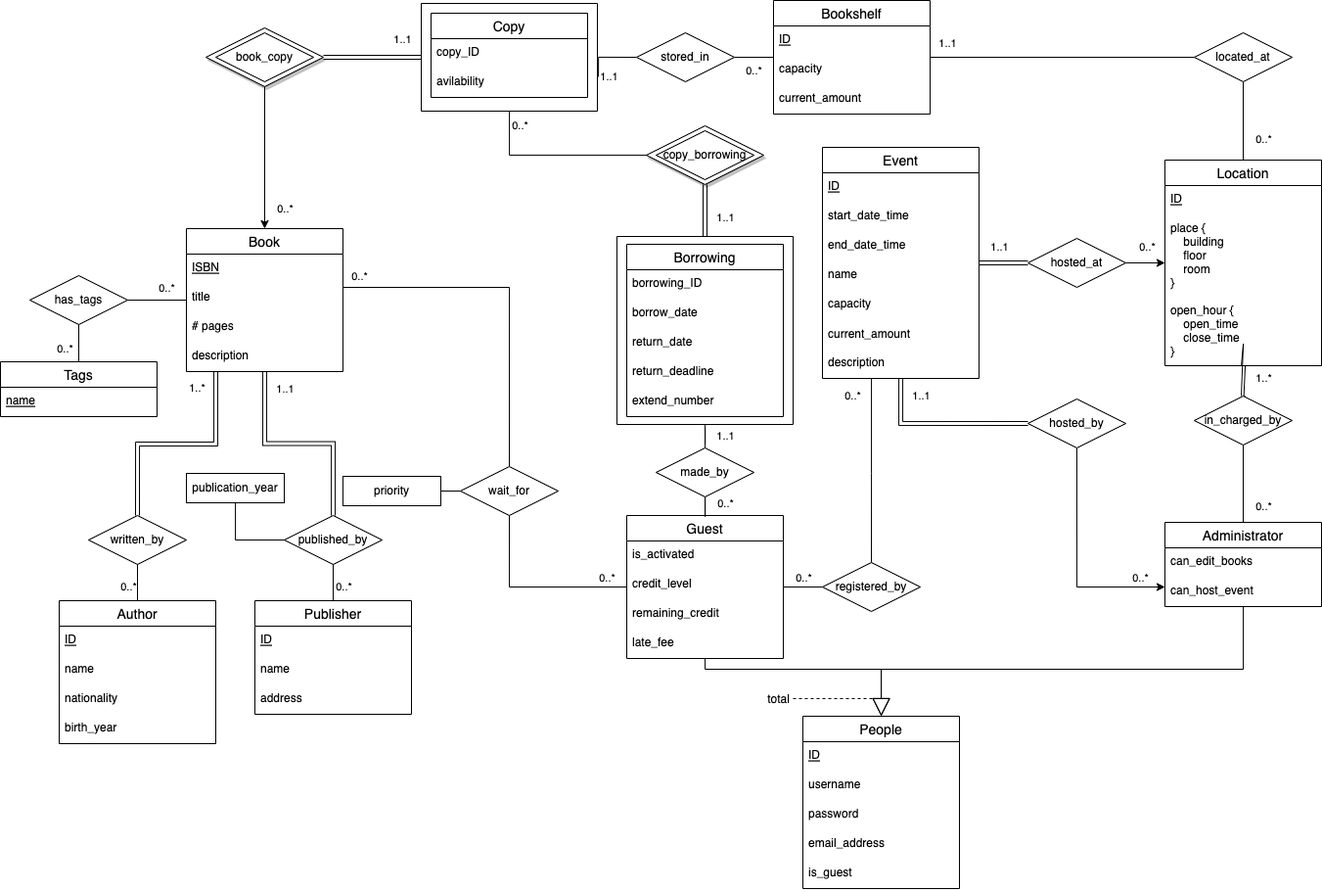
The draw.io diagram schema/er_diagram/ER_diagram_draft.png in Kassaking7/eLibraryManagementSystem, before a commit. Source tidied: cells renumbered, new cells last; positions are measured from the earlier drawing's top-left corner, leaving out a move shared by most shapes.
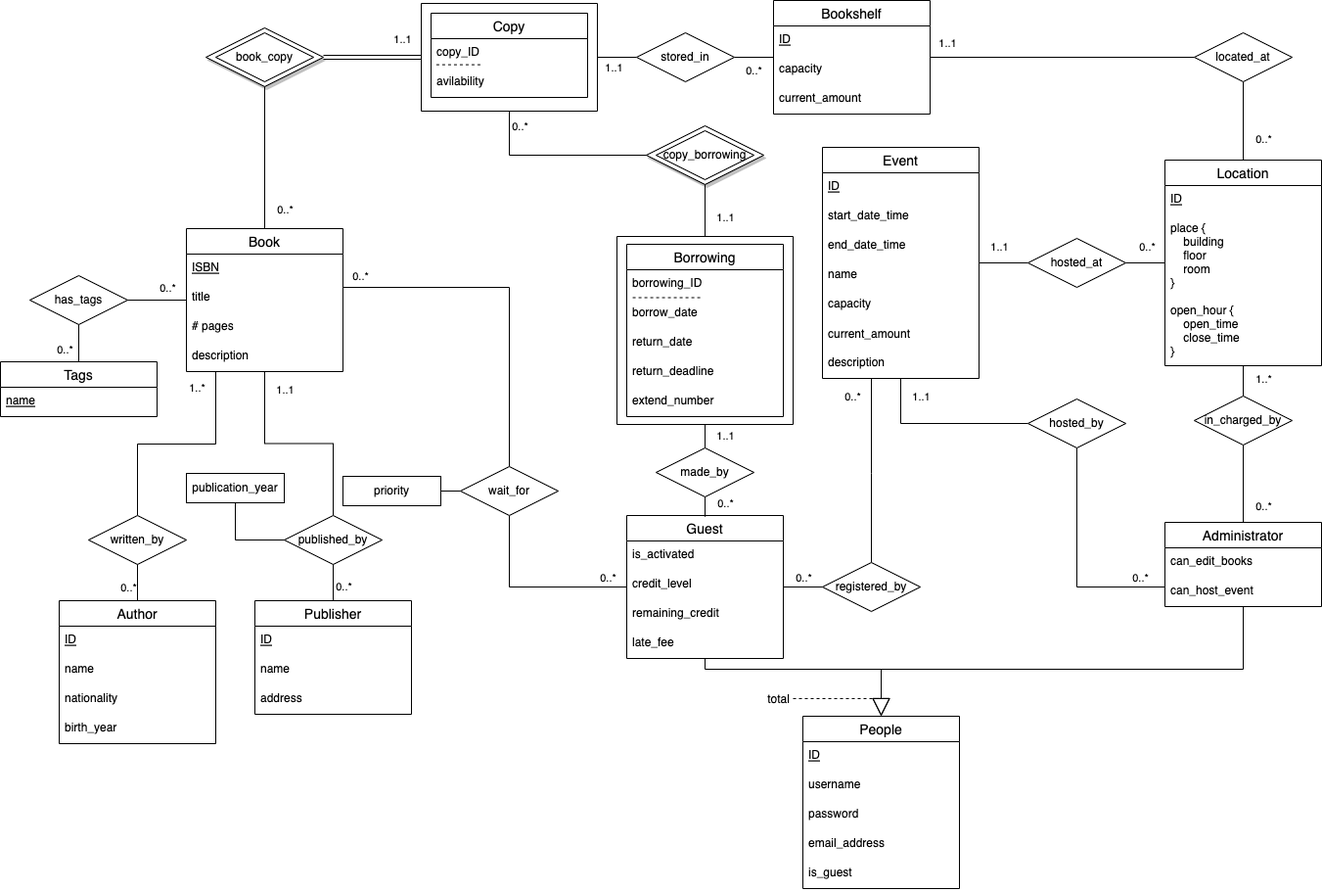
After the commit.

Diff of the diagram source:
```diff
@@ -47,12 +47,8 @@
     <mxCell id="16" value="open_hour {&#10;    open_time&#10;    close_time&#10;}" style="text;strokeColor=none;fillColor=none;spacingLeft=4;spacingRight=4;overflow=hidden;fontSize=12;fontStyle=0;" parent="13" vertex="1">
       <mxGeometry y="140" width="160" height="70" as="geometry" />
     </mxCell>
-    <mxCell id="17" style="edgeStyle=orthogonalEdgeStyle;rounded=0;jettySize=auto;html=1;exitX=0;exitY=0.5;exitDx=0;exitDy=0;entryX=1.006;entryY=0.681;entryDx=0;entryDy=0;entryPerimeter=0;startArrow=none;startFill=0;endArrow=none;endFill=0;" parent="1" edge="1" source="21" target="132">
-      <mxGeometry relative="1" as="geometry">
-        <Array as="points">
-          <mxPoint x="611" y="58" />
-        </Array>
-      </mxGeometry>
+    <mxCell id="17" style="edgeStyle=orthogonalEdgeStyle;rounded=0;jettySize=auto;html=1;exitX=0;exitY=0.5;exitDx=0;exitDy=0;startArrow=none;startFill=0;endArrow=none;endFill=0;" parent="1" edge="1" source="21" target="132">
+      <mxGeometry relative="1" as="geometry" />
     </mxCell>
     <mxCell id="18" value="1..1" style="edgeLabel;html=1;align=center;verticalAlign=middle;" parent="17" vertex="1">
       <mxGeometry x="0.67" y="1" relative="1" as="geometry">
@@ -116,7 +112,7 @@
     <mxCell id="35" value="address" style="text;strokeColor=none;fillColor=none;spacingLeft=4;spacingRight=4;overflow=hidden;fontSize=12;" parent="32" vertex="1">
       <mxGeometry y="86" width="160" height="30" as="geometry" />
     </mxCell>
-    <mxCell id="36" style="edgeStyle=orthogonalEdgeStyle;rounded=0;jettySize=auto;html=1;exitX=0.5;exitY=0;exitDx=0;exitDy=0;shape=link;" parent="1" edge="1" source="38" target="4">
+    <mxCell id="36" style="edgeStyle=orthogonalEdgeStyle;rounded=0;jettySize=auto;html=1;exitX=0.5;exitY=0;exitDx=0;exitDy=0;endArrow=none;endFill=0;" parent="1" edge="1" source="38" target="4">
       <mxGeometry relative="1" as="geometry">
         <Array as="points">
           <mxPoint x="140" y="453" />
@@ -132,7 +128,7 @@
     <mxCell id="38" value="written_by" style="rhombus;whiteSpace=wrap;html=1;" parent="1" vertex="1">
       <mxGeometry x="90" y="526" width="100" height="50" as="geometry" />
     </mxCell>
-    <mxCell id="39" style="edgeStyle=orthogonalEdgeStyle;rounded=0;jettySize=auto;html=1;shape=link;" parent="1" edge="1" source="41" target="4">
+    <mxCell id="39" style="edgeStyle=orthogonalEdgeStyle;rounded=0;jettySize=auto;html=1;endArrow=none;endFill=0;" parent="1" edge="1" source="41" target="4">
       <mxGeometry relative="1" as="geometry" />
     </mxCell>
     <mxCell id="40" value="1..1" style="edgeLabel;html=1;align=center;verticalAlign=middle;" parent="39" vertex="1">
@@ -235,6 +231,9 @@
     <mxCell id="67" value="extend_number" style="text;strokeColor=none;fillColor=none;spacingLeft=4;spacingRight=4;overflow=hidden;fontSize=12;" parent="62" vertex="1">
       <mxGeometry y="146" width="160" height="30" as="geometry" />
     </mxCell>
+    <mxCell id="134" style="endArrow=none;dashed=1;html=1;exitX=0.038;exitY=0.95;exitDx=0;exitDy=0;exitPerimeter=0;entryX=0.481;entryY=0.95;entryDx=0;entryDy=0;entryPerimeter=0;" parent="62" edge="1" source="63" target="63">
+      <mxGeometry relative="1" as="geometry" />
+    </mxCell>
     <mxCell id="68" style="edgeStyle=orthogonalEdgeStyle;rounded=0;jettySize=auto;html=1;endArrow=none;endFill=0;" parent="1" edge="1" source="72" target="121">
       <mxGeometry relative="1" as="geometry" />
     </mxCell>
@@ -254,7 +253,7 @@
     <mxCell id="72" value="made_by" style="rhombus;whiteSpace=wrap;html=1;" parent="1" vertex="1">
       <mxGeometry x="670" y="457" width="100" height="50" as="geometry" />
     </mxCell>
-    <mxCell id="73" style="edgeStyle=orthogonalEdgeStyle;shape=link;rounded=0;jettySize=auto;html=1;" parent="1" edge="1" source="3" target="121">
+    <mxCell id="73" style="edgeStyle=orthogonalEdgeStyle;rounded=0;jettySize=auto;html=1;endArrow=none;endFill=0;" parent="1" edge="1" source="3" target="121">
       <mxGeometry relative="1" as="geometry" />
     </mxCell>
     <mxCell id="74" value="1..1" style="edgeLabel;html=1;align=center;verticalAlign=middle;" parent="73" vertex="1">
@@ -311,6 +310,9 @@
     <mxCell id="87" value="avilability" style="text;strokeColor=none;fillColor=none;spacingLeft=4;spacingRight=4;overflow=hidden;points=[[0,0.5],[1,0.5]];portConstraint=eastwest;fontSize=12;" parent="85" vertex="1">
       <mxGeometry y="56" width="160" height="30" as="geometry" />
     </mxCell>
+    <mxCell id="135" style="endArrow=none;dashed=1;html=1;exitX=0.034;exitY=-0.113;exitDx=0;exitDy=0;exitPerimeter=0;entryX=0.334;entryY=-0.113;entryDx=0;entryDy=0;entryPerimeter=0;" parent="85" edge="1" source="87" target="87">
+      <mxGeometry relative="1" as="geometry" />
+    </mxCell>
     <mxCell id="88" style="edgeStyle=orthogonalEdgeStyle;rounded=0;jettySize=auto;html=1;shape=link;entryX=0;entryY=0.5;entryDx=0;entryDy=0;exitX=1;exitY=0.5;exitDx=0;exitDy=0;" parent="1" edge="1" source="2" target="132">
       <mxGeometry relative="1" as="geometry" />
     </mxCell>
@@ -319,7 +321,7 @@
         <mxPoint x="9" y="-18" as="offset" />
       </mxGeometry>
     </mxCell>
-    <mxCell id="90" style="edgeStyle=orthogonalEdgeStyle;rounded=0;jettySize=auto;html=1;exitX=0.5;exitY=1;exitDx=0;exitDy=0;" parent="1" edge="1" source="2" target="4">
+    <mxCell id="90" style="edgeStyle=orthogonalEdgeStyle;rounded=0;jettySize=auto;html=1;exitX=0.5;exitY=1;exitDx=0;exitDy=0;endArrow=none;endFill=0;" parent="1" edge="1" source="2" target="4">
       <mxGeometry relative="1" as="geometry" />
     </mxCell>
     <mxCell id="91" value="0..*" style="edgeLabel;html=1;align=center;verticalAlign=middle;" parent="90" vertex="1">
@@ -336,7 +338,7 @@
     <mxCell id="94" style="endArrow=none;html=1;rounded=0;edgeStyle=orthogonalEdgeStyle;entryX=0;entryY=0.5;entryDx=0;entryDy=0;" parent="1" edge="1" source="93" target="41">
       <mxGeometry relative="1" as="geometry" />
     </mxCell>
-    <mxCell id="95" style="edgeStyle=orthogonalEdgeStyle;rounded=0;jettySize=auto;html=1;exitX=0.5;exitY=0;exitDx=0;exitDy=0;shape=link;" parent="1" edge="1" source="99" target="13">
+    <mxCell id="95" style="edgeStyle=orthogonalEdgeStyle;rounded=0;jettySize=auto;html=1;exitX=0.5;exitY=0;exitDx=0;exitDy=0;endArrow=none;endFill=0;" parent="1" edge="1" source="99" target="13">
       <mxGeometry relative="1" as="geometry" />
     </mxCell>
     <mxCell id="96" value="1..*" style="edgeLabel;html=1;align=center;verticalAlign=middle;" parent="95" vertex="1">
@@ -360,7 +362,7 @@
     <mxCell id="99" value="in_charged_by" style="rhombus;whiteSpace=wrap;html=1;" parent="1" vertex="1">
       <mxGeometry x="1220" y="404" width="100" height="50" as="geometry" />
     </mxCell>
-    <mxCell id="100" style="edgeStyle=orthogonalEdgeStyle;shape=link;rounded=0;jettySize=auto;html=1;exitX=0;exitY=0.5;exitDx=0;exitDy=0;endArrow=classic;endFill=1;" parent="1" edge="1" source="104" target="124">
+    <mxCell id="100" style="edgeStyle=orthogonalEdgeStyle;rounded=0;jettySize=auto;html=1;exitX=0;exitY=0.5;exitDx=0;exitDy=0;endArrow=none;endFill=0;" parent="1" edge="1" source="104" target="124">
       <mxGeometry relative="1" as="geometry" />
     </mxCell>
     <mxCell id="101" value="1..1" style="edgeLabel;html=1;align=center;verticalAlign=middle;" parent="100" vertex="1">
@@ -368,7 +370,7 @@
         <mxPoint x="-1" y="-16" as="offset" />
       </mxGeometry>
     </mxCell>
-    <mxCell id="102" style="edgeStyle=orthogonalEdgeStyle;rounded=0;jettySize=auto;html=1;endArrow=classic;endFill=1;exitX=1;exitY=0.5;exitDx=0;exitDy=0;" parent="1" edge="1" source="104" target="13">
+    <mxCell id="102" style="edgeStyle=orthogonalEdgeStyle;rounded=0;jettySize=auto;html=1;endArrow=none;endFill=0;exitX=1;exitY=0.5;exitDx=0;exitDy=0;" parent="1" edge="1" source="104" target="13">
       <mxGeometry relative="1" as="geometry" />
     </mxCell>
     <mxCell id="103" value="0..*" style="edgeLabel;html=1;align=center;verticalAlign=middle;" parent="102" vertex="1">
@@ -379,7 +381,7 @@
     <mxCell id="104" value="hosted_at" style="rhombus;whiteSpace=wrap;html=1;" parent="1" vertex="1">
       <mxGeometry x="1050" y="243" width="100" height="50" as="geometry" />
     </mxCell>
-    <mxCell id="105" style="edgeStyle=orthogonalEdgeStyle;rounded=0;jettySize=auto;html=1;exitX=0.5;exitY=1;exitDx=0;exitDy=0;" parent="1" edge="1" source="109" target="53">
+    <mxCell id="105" style="edgeStyle=orthogonalEdgeStyle;rounded=0;jettySize=auto;html=1;exitX=0.5;exitY=1;exitDx=0;exitDy=0;endArrow=none;endFill=0;" parent="1" edge="1" source="109" target="53">
       <mxGeometry relative="1" as="geometry">
         <Array as="points">
           <mxPoint x="1100" y="599" />
@@ -391,7 +393,7 @@
         <mxPoint y="-11" as="offset" />
       </mxGeometry>
     </mxCell>
-    <mxCell id="107" style="edgeStyle=orthogonalEdgeStyle;rounded=0;jettySize=auto;html=1;exitX=0;exitY=0.5;exitDx=0;exitDy=0;endArrow=classic;endFill=1;shape=link;" parent="1" edge="1" source="109" target="124">
+    <mxCell id="107" style="edgeStyle=orthogonalEdgeStyle;rounded=0;jettySize=auto;html=1;exitX=0;exitY=0.5;exitDx=0;exitDy=0;endArrow=none;endFill=0;" parent="1" edge="1" source="109" target="124">
       <mxGeometry relative="1" as="geometry" />
     </mxCell>
     <mxCell id="108" value="1..1" style="edgeLabel;html=1;align=center;verticalAlign=middle;" parent="107" vertex="1">
```
